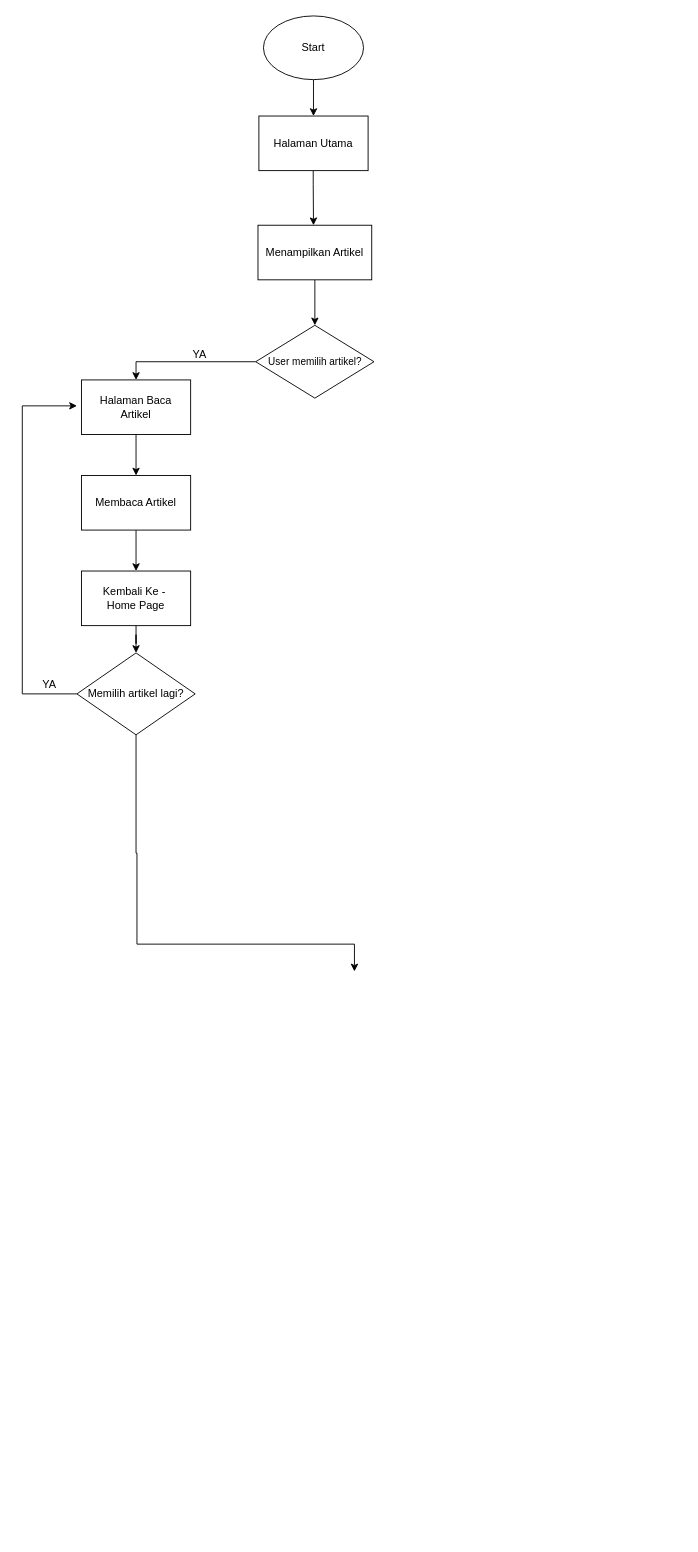
Earlier version of the draw.io diagram Untitled Diagram.drawio (EnjoyUrLife69/P5-PROJECT). Source tidied: cells renumbered, new cells numbered last; positions are measured from the earlier drawing's top-left corner, leaving out a move shared by most shapes. Both pictures are drawn from the tidied source at 91%, with x=0, y=0 at pixel (22, 15).
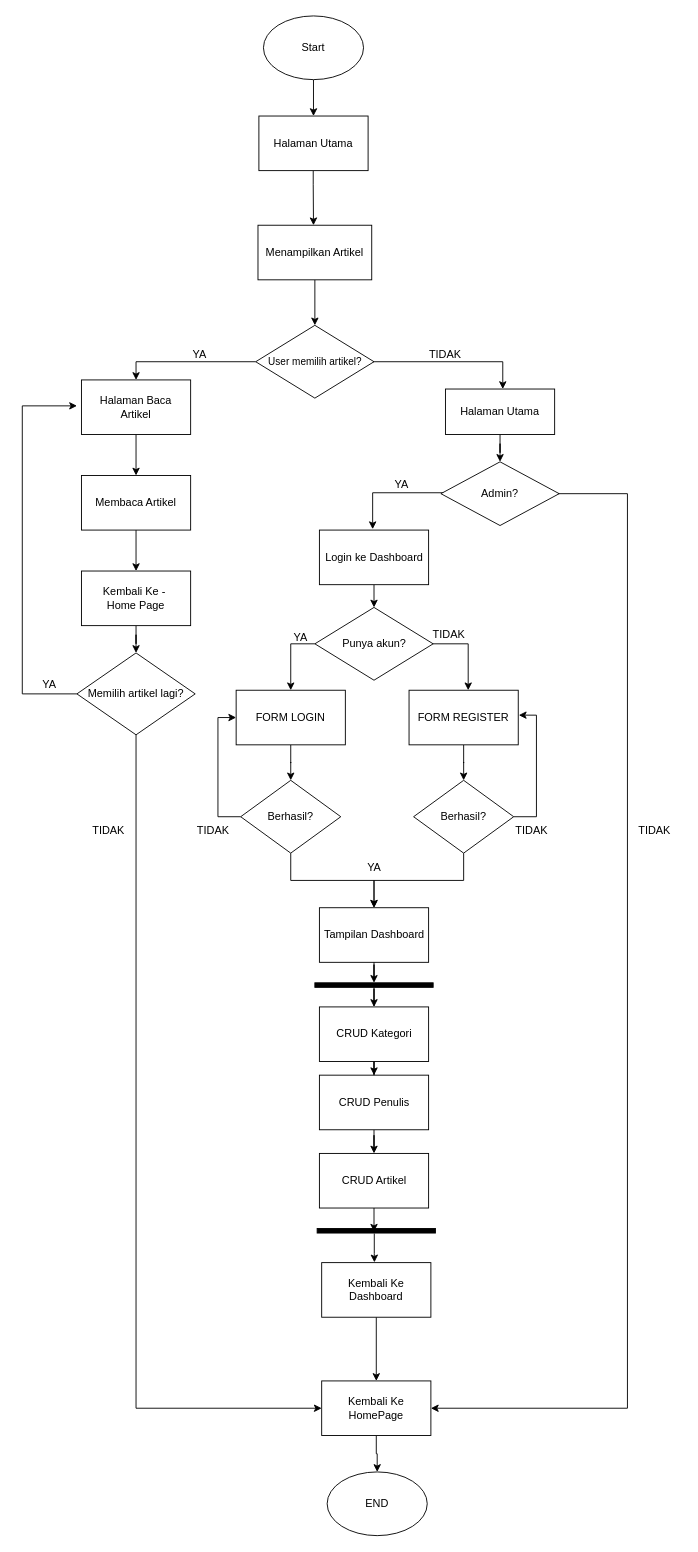
After the change.

The change refers to these unchanged cells:
```xml
<mxCell id="17" value="Memilih artikel lagi?" style="rhombus;whiteSpace=wrap;html=1;" parent="1" vertex="1">
  <mxGeometry x="60" y="700" width="130" height="90" as="geometry" />
</mxCell>
```

What changed in the source:
```diff
@@
+    <mxCell id="21" style="edgeStyle=orthogonalEdgeStyle;rounded=0;orthogonalLoop=1;jettySize=auto;html=1;" parent="1" edge="1">
+      <mxGeometry relative="1" as="geometry">
+        <mxPoint x="384" y="380" as="sourcePoint" />
+        <mxPoint x="528" y="410" as="targetPoint" />
+        <Array as="points">
+          <mxPoint x="527.5" y="380" />
+        </Array>
+      </mxGeometry>
+    </mxCell>
@@
-    <mxCell id="16" style="edgeStyle=orthogonalEdgeStyle;rounded=0;jettySize=auto;html=1;" parent="1" edge="1" source="17">
+    <mxCell id="16" style="edgeStyle=orthogonalEdgeStyle;rounded=0;jettySize=auto;html=1;exitX=0.5;exitY=1;exitDx=0;exitDy=0;entryX=0;entryY=0.5;entryDx=0;entryDy=0;" parent="1" edge="1" source="17" target="66">
       <mxGeometry relative="1" as="geometry">
-        <mxPoint x="365" y="1050" as="targetPoint" />
         <Array as="points">
-          <mxPoint x="125" y="920" />
-          <mxPoint x="126" y="920" />
-          <mxPoint x="126" y="1020" />
-          <mxPoint x="365" y="1020" />
+          <mxPoint x="125" y="1530" />
         </Array>
       </mxGeometry>
     </mxCell>
@@
+    <mxCell id="22" style="edgeStyle=orthogonalEdgeStyle;rounded=0;orthogonalLoop=1;jettySize=auto;html=1;" parent="1" edge="1">
+      <mxGeometry relative="1" as="geometry">
+        <mxPoint x="463.4" y="524" as="sourcePoint" />
+        <mxPoint x="385" y="564" as="targetPoint" />
+        <Array as="points">
+          <mxPoint x="385" y="524" />
+        </Array>
+      </mxGeometry>
+    </mxCell>
+    <mxCell id="23" value="Admin?" style="rhombus;whiteSpace=wrap;html=1;" parent="1" vertex="1">
+      <mxGeometry x="460" y="490" width="130" height="70" as="geometry" />
+    </mxCell>
+    <mxCell id="24" value="TIDAK" style="text;strokeColor=none;align=center;fillColor=none;html=1;verticalAlign=middle;whiteSpace=wrap;rounded=0;" parent="1" vertex="1">
+      <mxGeometry x="435" y="357" width="60" height="30" as="geometry" />
+    </mxCell>
+    <mxCell id="25" value="YA" style="text;strokeColor=none;align=center;fillColor=none;html=1;verticalAlign=middle;whiteSpace=wrap;rounded=0;" parent="1" vertex="1">
+      <mxGeometry x="386.5" y="500" width="60" height="30" as="geometry" />
+    </mxCell>
+    <mxCell id="26" value="TIDAK" style="text;strokeColor=none;align=center;fillColor=none;html=1;verticalAlign=middle;whiteSpace=wrap;rounded=0;" parent="1" vertex="1">
+      <mxGeometry x="65" y="880" width="60" height="30" as="geometry" />
+    </mxCell>
+    <mxCell id="27" style="edgeStyle=orthogonalEdgeStyle;rounded=0;jettySize=auto;html=1;" parent="1" edge="1" source="28" target="23">
+      <mxGeometry relative="1" as="geometry" />
+    </mxCell>
+    <mxCell id="28" value="Halaman Utama" style="whiteSpace=wrap;html=1;" parent="1" vertex="1">
+      <mxGeometry x="465" y="410" width="120" height="50" as="geometry" />
+    </mxCell>
+    <mxCell id="29" style="edgeStyle=orthogonalEdgeStyle;rounded=0;jettySize=auto;html=1;" parent="1" edge="1" target="66">
+      <mxGeometry relative="1" as="geometry">
+        <mxPoint x="589" y="525" as="sourcePoint" />
+        <Array as="points">
+          <mxPoint x="665" y="525" />
+          <mxPoint x="665" y="1530" />
+        </Array>
+      </mxGeometry>
+    </mxCell>
+    <mxCell id="30" style="edgeStyle=orthogonalEdgeStyle;rounded=0;jettySize=auto;html=1;" parent="1" edge="1" source="31">
+      <mxGeometry relative="1" as="geometry">
+        <mxPoint x="386.5" y="650" as="targetPoint" />
+      </mxGeometry>
+    </mxCell>
+    <mxCell id="31" value="Login ke Dashboard" style="rounded=0;whiteSpace=wrap;html=1;" parent="1" vertex="1">
+      <mxGeometry x="326.5" y="565" width="120" height="60" as="geometry" />
+    </mxCell>
+    <mxCell id="32" style="edgeStyle=orthogonalEdgeStyle;rounded=0;jettySize=auto;html=1;exitX=0;exitY=0.5;exitDx=0;exitDy=0;" parent="1" edge="1" source="33" target="36">
+      <mxGeometry relative="1" as="geometry" />
+    </mxCell>
+    <mxCell id="33" value="Punya akun?" style="rhombus;whiteSpace=wrap;html=1;rounded=0;" parent="1" vertex="1">
+      <mxGeometry x="321.5" y="650" width="130" height="80" as="geometry" />
+    </mxCell>
+    <mxCell id="34" value="YA" style="text;strokeColor=none;align=center;fillColor=none;html=1;verticalAlign=middle;whiteSpace=wrap;rounded=0;" parent="1" vertex="1">
+      <mxGeometry x="276" y="668" width="60" height="30" as="geometry" />
+    </mxCell>
+    <mxCell id="35" style="edgeStyle=orthogonalEdgeStyle;rounded=0;jettySize=auto;html=1;" parent="1" edge="1" source="36" target="47">
+      <mxGeometry relative="1" as="geometry" />
+    </mxCell>
+    <mxCell id="36" value="FORM LOGIN" style="rounded=0;whiteSpace=wrap;html=1;" parent="1" vertex="1">
+      <mxGeometry x="235" y="741" width="120" height="60" as="geometry" />
+    </mxCell>
+    <mxCell id="37" style="edgeStyle=orthogonalEdgeStyle;rounded=0;jettySize=auto;html=1;" parent="1" edge="1" source="38" target="44">
+      <mxGeometry relative="1" as="geometry" />
+    </mxCell>
+    <mxCell id="38" value="FORM REGISTER" style="whiteSpace=wrap;html=1;rounded=0;" parent="1" vertex="1">
+      <mxGeometry x="425" y="741" width="120" height="60" as="geometry" />
+    </mxCell>
+    <mxCell id="39" style="edgeStyle=orthogonalEdgeStyle;rounded=0;orthogonalLoop=1;jettySize=auto;html=1;" parent="1" edge="1">
+      <mxGeometry relative="1" as="geometry">
+        <mxPoint x="451" y="690" as="sourcePoint" />
+        <mxPoint x="490" y="741" as="targetPoint" />
+        <Array as="points">
+          <mxPoint x="490" y="690" />
+        </Array>
+      </mxGeometry>
+    </mxCell>
+    <mxCell id="40" value="TIDAK" style="text;strokeColor=none;align=center;fillColor=none;html=1;verticalAlign=middle;whiteSpace=wrap;rounded=0;" parent="1" vertex="1">
+      <mxGeometry x="439" y="665" width="60" height="30" as="geometry" />
+    </mxCell>
+    <mxCell id="41" value="TIDAK" style="text;strokeColor=none;align=center;fillColor=none;html=1;verticalAlign=middle;whiteSpace=wrap;rounded=0;" parent="1" vertex="1">
+      <mxGeometry x="665" y="880" width="60" height="30" as="geometry" />
+    </mxCell>
+    <mxCell id="42" style="edgeStyle=orthogonalEdgeStyle;rounded=0;jettySize=auto;html=1;" parent="1" edge="1" source="44" target="49">
+      <mxGeometry relative="1" as="geometry" />
+    </mxCell>
+    <mxCell id="43" style="edgeStyle=orthogonalEdgeStyle;rounded=0;jettySize=auto;html=1;entryX=1.005;entryY=0.456;entryDx=0;entryDy=0;entryPerimeter=0;" parent="1" edge="1" source="44" target="38">
+      <mxGeometry relative="1" as="geometry">
+        <Array as="points">
+          <mxPoint x="565" y="880" />
+          <mxPoint x="565" y="768" />
+        </Array>
+      </mxGeometry>
+    </mxCell>
+    <mxCell id="44" value="Berhasil?" style="rhombus;whiteSpace=wrap;html=1;rounded=0;" parent="1" vertex="1">
+      <mxGeometry x="430" y="840" width="110" height="80" as="geometry" />
+    </mxCell>
+    <mxCell id="45" style="edgeStyle=orthogonalEdgeStyle;rounded=0;jettySize=auto;html=1;exitX=0.5;exitY=1;exitDx=0;exitDy=0;" parent="1" edge="1" source="47" target="49">
+      <mxGeometry relative="1" as="geometry" />
+    </mxCell>
+    <mxCell id="46" style="edgeStyle=orthogonalEdgeStyle;rounded=0;jettySize=auto;html=1;exitX=0;exitY=0.5;exitDx=0;exitDy=0;entryX=0;entryY=0.5;entryDx=0;entryDy=0;" parent="1" edge="1" source="47" target="36">
+      <mxGeometry relative="1" as="geometry" />
+    </mxCell>
+    <mxCell id="47" value="Berhasil?" style="rhombus;whiteSpace=wrap;html=1;rounded=0;" parent="1" vertex="1">
+      <mxGeometry x="240" y="840" width="110" height="80" as="geometry" />
+    </mxCell>
+    <mxCell id="48" style="edgeStyle=orthogonalEdgeStyle;rounded=0;jettySize=auto;html=1;entryX=0.5;entryY=0;entryDx=0;entryDy=0;" parent="1" edge="1" source="59" target="54">
+      <mxGeometry relative="1" as="geometry" />
+    </mxCell>
+    <mxCell id="49" value="Tampilan Dashboard" style="whiteSpace=wrap;html=1;rounded=0;" parent="1" vertex="1">
+      <mxGeometry x="326.5" y="980" width="120" height="60" as="geometry" />
+    </mxCell>
+    <mxCell id="50" value="YA" style="text;strokeColor=none;align=center;fillColor=none;html=1;verticalAlign=middle;whiteSpace=wrap;rounded=0;" parent="1" vertex="1">
+      <mxGeometry x="356.5" y="921" width="60" height="30" as="geometry" />
+    </mxCell>
+    <mxCell id="51" value="TIDAK" style="text;strokeColor=none;align=center;fillColor=none;html=1;verticalAlign=middle;whiteSpace=wrap;rounded=0;" parent="1" vertex="1">
+      <mxGeometry x="530" y="880" width="60" height="30" as="geometry" />
+    </mxCell>
+    <mxCell id="52" value="TIDAK" style="text;strokeColor=none;align=center;fillColor=none;html=1;verticalAlign=middle;whiteSpace=wrap;rounded=0;" parent="1" vertex="1">
+      <mxGeometry x="180" y="880" width="60" height="30" as="geometry" />
+    </mxCell>
+    <mxCell id="53" style="edgeStyle=orthogonalEdgeStyle;rounded=0;jettySize=auto;html=1;" parent="1" edge="1" source="54" target="56">
+      <mxGeometry relative="1" as="geometry" />
+    </mxCell>
+    <mxCell id="54" value="CRUD Kategori" style="whiteSpace=wrap;html=1;rounded=0;" parent="1" vertex="1">
+      <mxGeometry x="326.5" y="1089" width="120" height="60" as="geometry" />
+    </mxCell>
+    <mxCell id="55" style="edgeStyle=orthogonalEdgeStyle;rounded=0;jettySize=auto;html=1;" parent="1" edge="1" source="56" target="57">
+      <mxGeometry relative="1" as="geometry" />
+    </mxCell>
+    <mxCell id="56" value="CRUD Penulis" style="whiteSpace=wrap;html=1;rounded=0;" parent="1" vertex="1">
+      <mxGeometry x="326.5" y="1164" width="120" height="60" as="geometry" />
+    </mxCell>
+    <mxCell id="57" value="CRUD Artikel" style="whiteSpace=wrap;html=1;rounded=0;" parent="1" vertex="1">
+      <mxGeometry x="326.5" y="1250" width="120" height="60" as="geometry" />
+    </mxCell>
+    <mxCell id="58" style="edgeStyle=orthogonalEdgeStyle;rounded=0;jettySize=auto;html=1;" parent="1" edge="1" source="49" target="59">
+      <mxGeometry relative="1" as="geometry" />
+    </mxCell>
+    <mxCell id="59" style="html=1;points=[];perimeter=orthogonalPerimeter;fillColor=strokeColor;rotation=90;" parent="1" vertex="1">
+      <mxGeometry x="384" y="1000" width="5" height="130" as="geometry" />
+    </mxCell>
+    <mxCell id="60" style="html=1;perimeter=orthogonalPerimeter;fillColor=strokeColor;rotation=90;" parent="1" vertex="1">
+      <mxGeometry x="386.5" y="1270" width="5" height="130" as="geometry" />
+    </mxCell>
+    <mxCell id="61" style="edgeStyle=orthogonalEdgeStyle;rounded=0;orthogonalLoop=1;jettySize=auto;html=1;" parent="1" edge="1">
+      <mxGeometry relative="1" as="geometry">
+        <mxPoint x="386.5" y="1310" as="sourcePoint" />
+        <mxPoint x="386.5" y="1336" as="targetPoint" />
+      </mxGeometry>
+    </mxCell>
+    <mxCell id="62" style="edgeStyle=orthogonalEdgeStyle;rounded=0;jettySize=auto;html=1;entryX=0.483;entryY=-0.005;entryDx=0;entryDy=0;entryPerimeter=0;" parent="1" edge="1" target="64">
+      <mxGeometry relative="1" as="geometry">
+        <mxPoint x="386.8" y="1338" as="sourcePoint" />
+        <Array as="points">
+          <mxPoint x="387" y="1360" />
+          <mxPoint x="387" y="1360" />
+        </Array>
+      </mxGeometry>
+    </mxCell>
+    <mxCell id="63" style="edgeStyle=orthogonalEdgeStyle;rounded=0;jettySize=auto;html=1;" parent="1" edge="1" source="64" target="66">
+      <mxGeometry relative="1" as="geometry" />
+    </mxCell>
+    <mxCell id="64" value="Kembali Ke Dashboard" style="rounded=0;whiteSpace=wrap;html=1;" parent="1" vertex="1">
+      <mxGeometry x="329" y="1370" width="120" height="60" as="geometry" />
+    </mxCell>
+    <mxCell id="65" style="edgeStyle=orthogonalEdgeStyle;rounded=0;jettySize=auto;html=1;" parent="1" edge="1" source="66" target="67">
+      <mxGeometry relative="1" as="geometry" />
+    </mxCell>
+    <mxCell id="66" value="Kembali Ke HomePage" style="rounded=0;whiteSpace=wrap;html=1;" parent="1" vertex="1">
+      <mxGeometry x="329" y="1500" width="120" height="60" as="geometry" />
+    </mxCell>
+    <mxCell id="67" value="END" style="ellipse;whiteSpace=wrap;html=1;" parent="1" vertex="1">
+      <mxGeometry x="335" y="1600" width="110" height="70" as="geometry" />
+    </mxCell>
```
